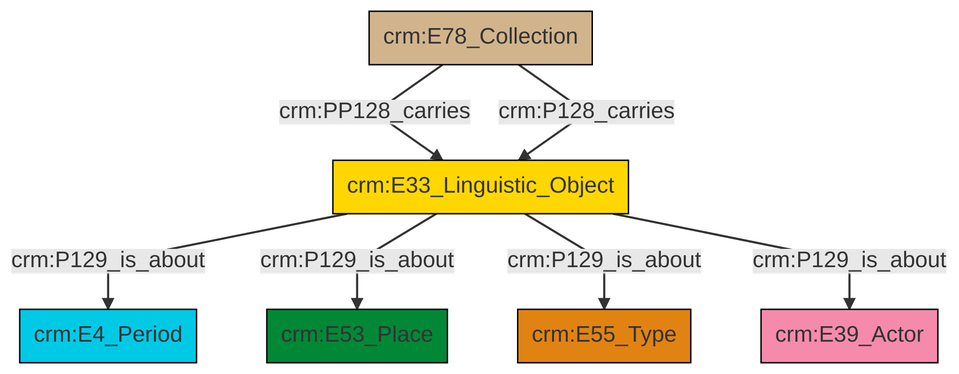
swiss-art-research-net/docs.swissartresearch keeps this Mermaid diagram as et/archivalCSV/ttl/mmd/png/archival_aboutness.png. Above is the earlier version. Its source is kept beside it as et/archivalCSV/ttl/mmd/archival_aboutness.ttl.mmd.
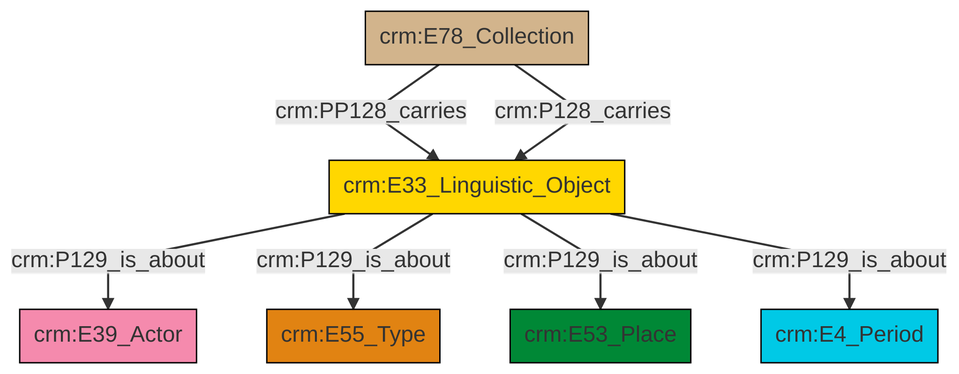
The same file after the commit.

Diff of the diagram source:
```diff
@@ -13,9 +13,9 @@
 classDef PC_Classes fill:#4ce600, stroke:#000000;
 classDef Multi fill:#cccccc,stroke:#000000;
 
-0["crm:E78_Collection"]:::Physical_Thing -->|crm:PP128_carries| 1["crm:E33_Linguistic_Object"]:::Conceptual_Object
-1["crm:E33_Linguistic_Object"]:::Conceptual_Object -->|crm:P129_is_about| 3["crm:E4_Period"]:::Temporal_Entity
-1["crm:E33_Linguistic_Object"]:::Conceptual_Object -->|crm:P129_is_about| 4["crm:E53_Place"]:::Place
-0["crm:E78_Collection"]:::Physical_Thing -->|crm:P128_carries| 1["crm:E33_Linguistic_Object"]:::Conceptual_Object
-1["crm:E33_Linguistic_Object"]:::Conceptual_Object -->|crm:P129_is_about| 8["crm:E55_Type"]:::Type
-1["crm:E33_Linguistic_Object"]:::Conceptual_Object -->|crm:P129_is_about| 5["crm:E39_Actor"]:::Actor
+0["crm:E33_Linguistic_Object"]:::Conceptual_Object -->|crm:P129_is_about| 1["crm:E39_Actor"]:::Actor
+2["crm:E78_Collection"]:::Physical_Thing -->|crm:PP128_carries| 0["crm:E33_Linguistic_Object"]:::Conceptual_Object
+0["crm:E33_Linguistic_Object"]:::Conceptual_Object -->|crm:P129_is_about| 3["crm:E55_Type"]:::Type
+0["crm:E33_Linguistic_Object"]:::Conceptual_Object -->|crm:P129_is_about| 5["crm:E53_Place"]:::Place
+2["crm:E78_Collection"]:::Physical_Thing -->|crm:P128_carries| 0["crm:E33_Linguistic_Object"]:::Conceptual_Object
+0["crm:E33_Linguistic_Object"]:::Conceptual_Object -->|crm:P129_is_about| 8["crm:E4_Period"]:::Temporal_Entity
```
